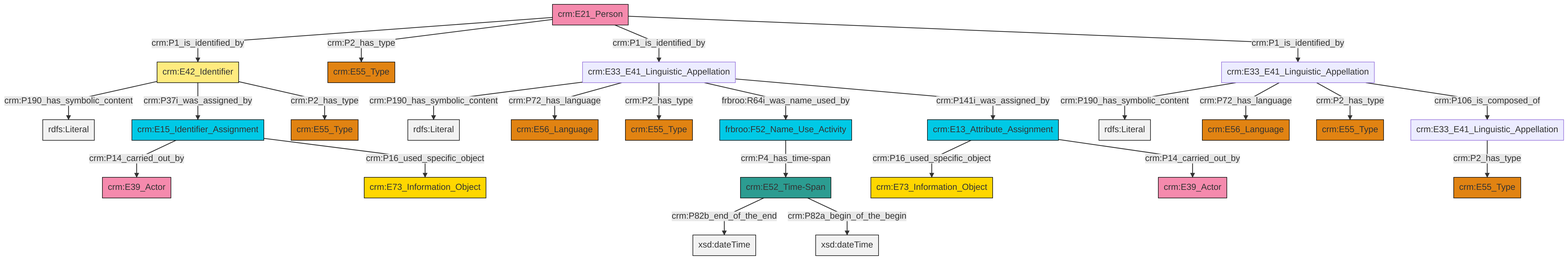
Earlier version of the Mermaid export et/personCSV/ttl/mmd/png/Person_Names_and_Classification.png (swiss-art-research-net/reference-data-models). Its source is kept beside it as et/personCSV/ttl/mmd/Person_Names_and_Classification.ttl.mmd.
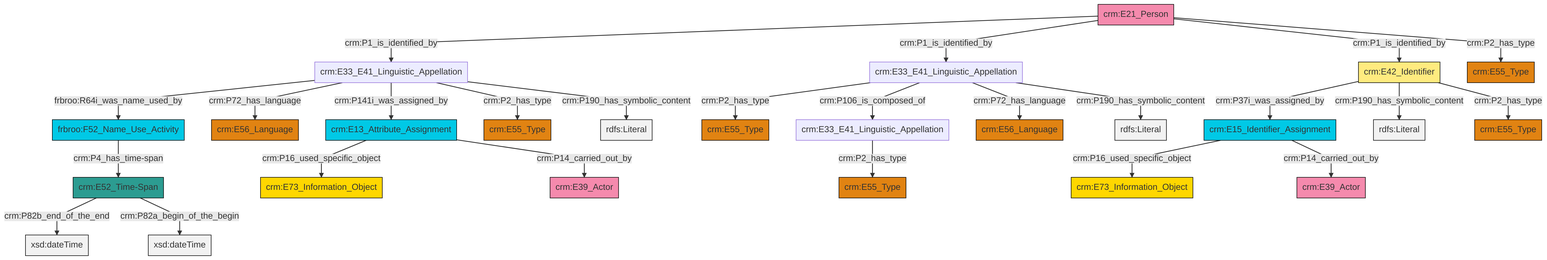
After the commit.

Change to the diagram source:
```diff
@@ -13,27 +13,27 @@
 classDef PC_Classes fill:#4ce600, stroke:#000000;
 classDef Multi fill:#cccccc,stroke:#000000;
 
-2["crm:E33_E41_Linguistic_Appellation"]:::Default -->|crm:P190_has_symbolic_content| 3[rdfs:Literal]:::Literal
-4["crm:E33_E41_Linguistic_Appellation"]:::Default -->|crm:P190_has_symbolic_content| 5[rdfs:Literal]:::Literal
-9["crm:E15_Identifier_Assignment"]:::Temporal_Entity -->|crm:P14_carried_out_by| 10["crm:E39_Actor"]:::Actor
-16["crm:E21_Person"]:::Actor -->|crm:P1_is_identified_by| 17["crm:E42_Identifier"]:::Appellation
-4["crm:E33_E41_Linguistic_Appellation"]:::Default -->|crm:P72_has_language| 22["crm:E56_Language"]:::Type
-18["crm:E13_Attribute_Assignment"]:::Temporal_Entity -->|crm:P16_used_specific_object| 0["crm:E73_Information_Object"]:::Conceptual_Object
-4["crm:E33_E41_Linguistic_Appellation"]:::Default -->|crm:P2_has_type| 20["crm:E55_Type"]:::Type
-4["crm:E33_E41_Linguistic_Appellation"]:::Default -->|frbroo:R64i_was_name_used_by| 24["frbroo:F52_Name_Use_Activity"]:::Temporal_Entity
-2["crm:E33_E41_Linguistic_Appellation"]:::Default -->|crm:P72_has_language| 25["crm:E56_Language"]:::Type
-24["frbroo:F52_Name_Use_Activity"]:::Temporal_Entity -->|crm:P4_has_time-span| 26["crm:E52_Time-Span"]:::Time-Span
-26["crm:E52_Time-Span"]:::Time-Span -->|crm:P82b_end_of_the_end| 28[xsd:dateTime]:::Literal
-2["crm:E33_E41_Linguistic_Appellation"]:::Default -->|crm:P2_has_type| 29["crm:E55_Type"]:::Type
-31["crm:E33_E41_Linguistic_Appellation"]:::Default -->|crm:P2_has_type| 14["crm:E55_Type"]:::Type
-2["crm:E33_E41_Linguistic_Appellation"]:::Default -->|crm:P106_is_composed_of| 31["crm:E33_E41_Linguistic_Appellation"]:::Default
-16["crm:E21_Person"]:::Actor -->|crm:P2_has_type| 7["crm:E55_Type"]:::Type
-17["crm:E42_Identifier"]:::Appellation -->|crm:P190_has_symbolic_content| 36[rdfs:Literal]:::Literal
-16["crm:E21_Person"]:::Actor -->|crm:P1_is_identified_by| 4["crm:E33_E41_Linguistic_Appellation"]:::Default
-26["crm:E52_Time-Span"]:::Time-Span -->|crm:P82a_begin_of_the_begin| 39[xsd:dateTime]:::Literal
-17["crm:E42_Identifier"]:::Appellation -->|crm:P37i_was_assigned_by| 9["crm:E15_Identifier_Assignment"]:::Temporal_Entity
-9["crm:E15_Identifier_Assignment"]:::Temporal_Entity -->|crm:P16_used_specific_object| 32["crm:E73_Information_Object"]:::Conceptual_Object
-4["crm:E33_E41_Linguistic_Appellation"]:::Default -->|crm:P141i_was_assigned_by| 18["crm:E13_Attribute_Assignment"]:::Temporal_Entity
-16["crm:E21_Person"]:::Actor -->|crm:P1_is_identified_by| 2["crm:E33_E41_Linguistic_Appellation"]:::Default
-17["crm:E42_Identifier"]:::Appellation -->|crm:P2_has_type| 42["crm:E55_Type"]:::Type
-18["crm:E13_Attribute_Assignment"]:::Temporal_Entity -->|crm:P14_carried_out_by| 11["crm:E39_Actor"]:::Actor
+4["crm:E13_Attribute_Assignment"]:::Temporal_Entity -->|crm:P16_used_specific_object| 2["crm:E73_Information_Object"]:::Conceptual_Object
+5["crm:E15_Identifier_Assignment"]:::Temporal_Entity -->|crm:P16_used_specific_object| 6["crm:E73_Information_Object"]:::Conceptual_Object
+7["crm:E42_Identifier"]:::Appellation -->|crm:P37i_was_assigned_by| 5["crm:E15_Identifier_Assignment"]:::Temporal_Entity
+8["crm:E52_Time-Span"]:::Time-Span -->|crm:P82b_end_of_the_end| 9[xsd:dateTime]:::Literal
+12["crm:E21_Person"]:::Actor -->|crm:P1_is_identified_by| 0["crm:E33_E41_Linguistic_Appellation"]:::Default
+7["crm:E42_Identifier"]:::Appellation -->|crm:P190_has_symbolic_content| 13[rdfs:Literal]:::Literal
+12["crm:E21_Person"]:::Actor -->|crm:P1_is_identified_by| 14["crm:E33_E41_Linguistic_Appellation"]:::Default
+19["crm:E33_E41_Linguistic_Appellation"]:::Default -->|crm:P2_has_type| 17["crm:E55_Type"]:::Type
+0["crm:E33_E41_Linguistic_Appellation"]:::Default -->|frbroo:R64i_was_name_used_by| 10["frbroo:F52_Name_Use_Activity"]:::Temporal_Entity
+0["crm:E33_E41_Linguistic_Appellation"]:::Default -->|crm:P72_has_language| 20["crm:E56_Language"]:::Type
+0["crm:E33_E41_Linguistic_Appellation"]:::Default -->|crm:P141i_was_assigned_by| 4["crm:E13_Attribute_Assignment"]:::Temporal_Entity
+14["crm:E33_E41_Linguistic_Appellation"]:::Default -->|crm:P2_has_type| 22["crm:E55_Type"]:::Type
+12["crm:E21_Person"]:::Actor -->|crm:P1_is_identified_by| 7["crm:E42_Identifier"]:::Appellation
+0["crm:E33_E41_Linguistic_Appellation"]:::Default -->|crm:P2_has_type| 24["crm:E55_Type"]:::Type
+8["crm:E52_Time-Span"]:::Time-Span -->|crm:P82a_begin_of_the_begin| 26[xsd:dateTime]:::Literal
+10["frbroo:F52_Name_Use_Activity"]:::Temporal_Entity -->|crm:P4_has_time-span| 8["crm:E52_Time-Span"]:::Time-Span
+5["crm:E15_Identifier_Assignment"]:::Temporal_Entity -->|crm:P14_carried_out_by| 27["crm:E39_Actor"]:::Actor
+0["crm:E33_E41_Linguistic_Appellation"]:::Default -->|crm:P190_has_symbolic_content| 33[rdfs:Literal]:::Literal
+12["crm:E21_Person"]:::Actor -->|crm:P2_has_type| 28["crm:E55_Type"]:::Type
+4["crm:E13_Attribute_Assignment"]:::Temporal_Entity -->|crm:P14_carried_out_by| 34["crm:E39_Actor"]:::Actor
+7["crm:E42_Identifier"]:::Appellation -->|crm:P2_has_type| 15["crm:E55_Type"]:::Type
+14["crm:E33_E41_Linguistic_Appellation"]:::Default -->|crm:P106_is_composed_of| 19["crm:E33_E41_Linguistic_Appellation"]:::Default
+14["crm:E33_E41_Linguistic_Appellation"]:::Default -->|crm:P72_has_language| 39["crm:E56_Language"]:::Type
+14["crm:E33_E41_Linguistic_Appellation"]:::Default -->|crm:P190_has_symbolic_content| 41[rdfs:Literal]:::Literal
```
